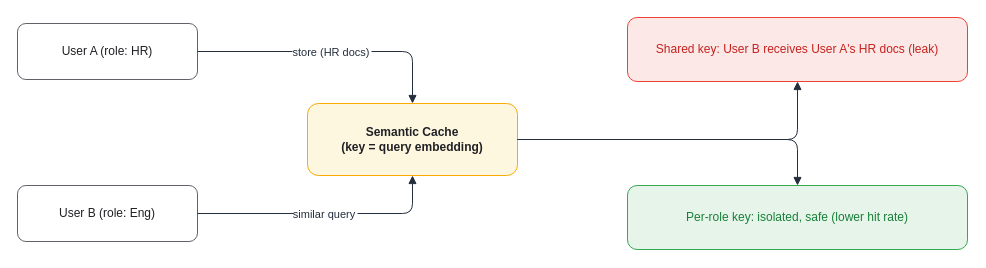
Before: assets/img/ai/rag-05-cache-conflict.drawio in KKamJi98/kkamji98.github.io, a draw.io diagram. Source tidied: cells renumbered, new cells numbered last; positions are measured from the earlier drawing's top-left corner, leaving out a move shared by most shapes. Both pictures are drawn from the tidied source at 100%, with x=0, y=0 at pixel (17, 17).
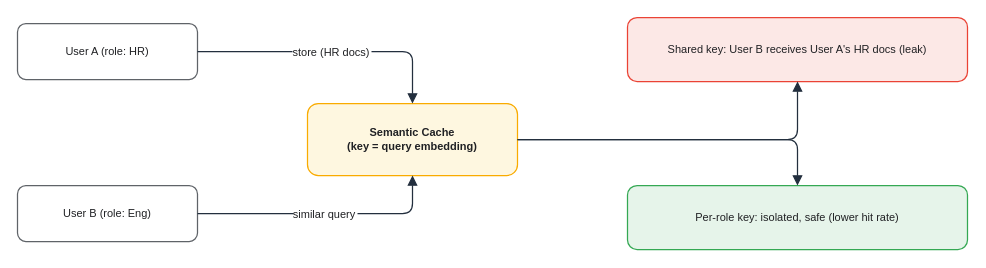
After the change.

What changed in the source:
```diff
@@
-<mxGraphModel>
+<mxGraphModel background="#FFFFFF">
   <root>
     <mxCell id="0" />
     <mxCell id="1" parent="0" />
-    <mxCell id="2" value="User A (role: HR)" style="rounded=1;whiteSpace=wrap;html=0;fillColor=#FFFFFF;strokeColor=#5F6368;shadow=0;fontSize=12;fontColor=#202124;" parent="1" vertex="1">
+    <mxCell id="2" value="User A (role: HR)" style="rounded=1;whiteSpace=wrap;html=0;fillColor=#FFFFFF;strokeColor=#5F6368;shadow=0;fontSize=11;fontColor=#202124;strokeWidth=1.25;" parent="1" vertex="1">
       <mxGeometry y="6" width="180" height="56" as="geometry" />
     </mxCell>
-    <mxCell id="3" value="User B (role: Eng)" style="rounded=1;whiteSpace=wrap;html=0;fillColor=#FFFFFF;strokeColor=#5F6368;shadow=0;fontSize=12;fontColor=#202124;" parent="1" vertex="1">
+    <mxCell id="3" value="User B (role: Eng)" style="rounded=1;whiteSpace=wrap;html=0;fillColor=#FFFFFF;strokeColor=#5F6368;shadow=0;fontSize=11;fontColor=#202124;strokeWidth=1.25;" parent="1" vertex="1">
       <mxGeometry y="168" width="180" height="56" as="geometry" />
     </mxCell>
-    <mxCell id="4" value="Semantic Cache&#10;(key = query embedding)" style="rounded=1;whiteSpace=wrap;html=0;fillColor=#FEF7E0;strokeColor=#F9AB00;shadow=0;fontSize=12;fontColor=#202124;fontStyle=1;" parent="1" vertex="1">
+    <mxCell id="4" value="Semantic Cache&#10;(key = query embedding)" style="rounded=1;whiteSpace=wrap;html=0;fillColor=#FEF7E0;strokeColor=#F9AB00;shadow=0;fontSize=11;fontColor=#202124;fontStyle=1;strokeWidth=1.25;" parent="1" vertex="1">
       <mxGeometry x="290" y="86" width="210" height="72" as="geometry" />
     </mxCell>
-    <mxCell id="5" value="Shared key: User B receives User A's HR docs (leak)" style="rounded=1;whiteSpace=wrap;html=0;fillColor=#FCE8E6;strokeColor=#EA4335;shadow=0;fontSize=12;fontColor=#C5221F;" parent="1" vertex="1">
+    <mxCell id="5" value="Shared key: User B receives User A's HR docs (leak)" style="rounded=1;whiteSpace=wrap;html=0;fillColor=#FCE8E6;strokeColor=#EA4335;shadow=0;fontSize=11;fontColor=#202124;strokeWidth=1.25;" parent="1" vertex="1">
       <mxGeometry x="610" width="340" height="64" as="geometry" />
     </mxCell>
-    <mxCell id="6" value="Per-role key: isolated, safe (lower hit rate)" style="rounded=1;whiteSpace=wrap;html=0;fillColor=#E6F4EA;strokeColor=#34A853;shadow=0;fontSize=12;fontColor=#188038;" parent="1" vertex="1">
+    <mxCell id="6" value="Per-role key: isolated, safe (lower hit rate)" style="rounded=1;whiteSpace=wrap;html=0;fillColor=#E6F4EA;strokeColor=#34A853;shadow=0;fontSize=11;fontColor=#202124;strokeWidth=1.25;" parent="1" vertex="1">
       <mxGeometry x="610" y="168" width="340" height="64" as="geometry" />
     </mxCell>
-    <mxCell id="7" value="store (HR docs)" style="edgeStyle=orthogonalEdgeStyle;rounded=1;html=0;endArrow=block;strokeColor=#232F3E;fontColor=#232F3E;fontSize=11;labelBackgroundColor=#FFFFFF;" parent="1" edge="1" source="2" target="4">
+    <mxCell id="7" value="store (HR docs)" style="edgeStyle=orthogonalEdgeStyle;rounded=1;html=0;endArrow=block;strokeColor=#232F3E;fontColor=#202124;fontSize=11;labelBackgroundColor=#FFFFFF;strokeWidth=1.25;endSize=7;" parent="1" edge="1" source="2" target="4">
       <mxGeometry relative="1" as="geometry" />
     </mxCell>
-    <mxCell id="8" value="similar query" style="edgeStyle=orthogonalEdgeStyle;rounded=1;html=0;endArrow=block;strokeColor=#232F3E;fontColor=#232F3E;fontSize=11;labelBackgroundColor=#FFFFFF;" parent="1" edge="1" source="3" target="4">
+    <mxCell id="8" value="similar query" style="edgeStyle=orthogonalEdgeStyle;rounded=1;html=0;endArrow=block;strokeColor=#232F3E;fontColor=#202124;fontSize=11;labelBackgroundColor=#FFFFFF;strokeWidth=1.25;endSize=7;" parent="1" edge="1" source="3" target="4">
       <mxGeometry relative="1" as="geometry" />
     </mxCell>
-    <mxCell id="9" style="edgeStyle=orthogonalEdgeStyle;rounded=1;html=0;endArrow=block;strokeColor=#232F3E;fontColor=#232F3E;" parent="1" edge="1" source="4" target="5">
+    <mxCell id="9" style="edgeStyle=orthogonalEdgeStyle;rounded=1;html=0;endArrow=block;strokeColor=#232F3E;fontColor=#202124;strokeWidth=1.25;endSize=7;" parent="1" edge="1" source="4" target="5">
       <mxGeometry relative="1" as="geometry" />
     </mxCell>
-    <mxCell id="10" style="edgeStyle=orthogonalEdgeStyle;rounded=1;html=0;endArrow=block;strokeColor=#232F3E;fontColor=#232F3E;" parent="1" edge="1" source="4" target="6">
+    <mxCell id="10" style="edgeStyle=orthogonalEdgeStyle;rounded=1;html=0;endArrow=block;strokeColor=#232F3E;fontColor=#202124;strokeWidth=1.25;endSize=7;" parent="1" edge="1" source="4" target="6">
       <mxGeometry relative="1" as="geometry" />
     </mxCell>
   </root>
 </mxGraphModel>
```
